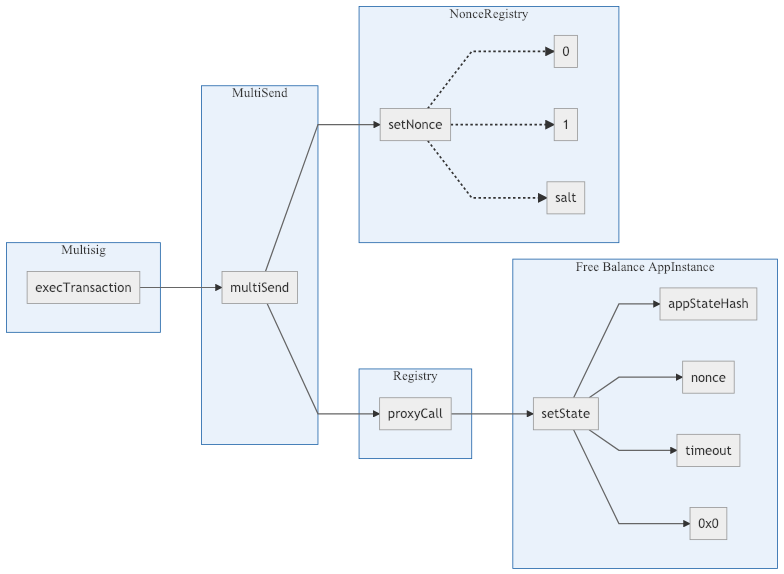
This is build/uninstall-protocol-commitment.png from counterfactual/monorepo, a Mermaid export, as it was before one commit. Its source is kept beside it as diagrams/uninstall-protocol-commitment.mmd.
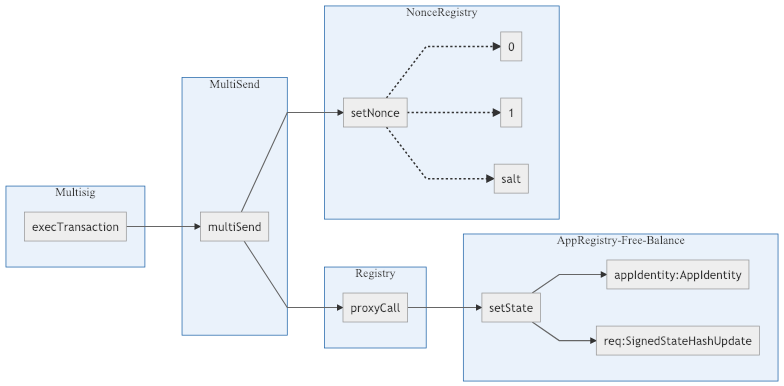
The same file after the commit.

The edit, as a diff of the source:
```diff
@@ -8,7 +8,7 @@
     subgraph Registry
         proxyCall
     end
-    subgraph AppRegistry (Free Balance)
+    subgraph AppRegistry-Free-Balance
         setState
         proxyCall-->setState
         setState-->appIdentity:AppIdentity
```
